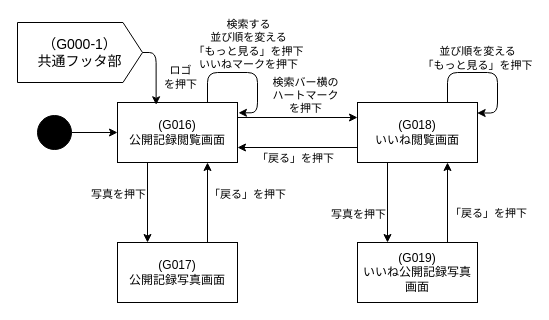
Earlier version of the draw.io diagram page "公開記録" (4 of 11) of desing/STD.dio (miyong00/ServerProgramming-2026). Source tidied: cells renumbered, new cells numbered last; positions are measured from the earlier drawing's top-left corner, leaving out a move shared by most shapes. Both pictures are drawn from the tidied source at 100%, with x=0, y=0 at pixel (17, 22).
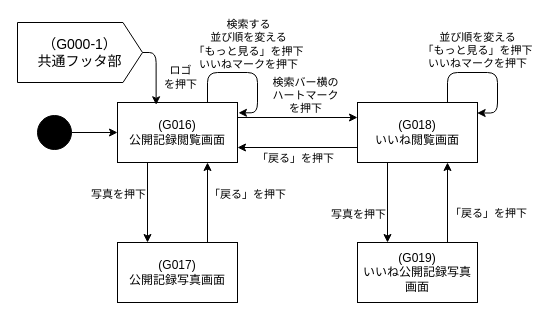
After the change.

Unchanged cells that the change refers to:
```xml
<mxCell id="16" style="edgeStyle=orthogonalEdgeStyle;html=1;exitX=0.75;exitY=0;exitDx=0;exitDy=0;innerLoopWaypoints=1;entryX=0.997;entryY=0.175;entryDx=0;entryDy=0;entryPerimeter=0;" parent="1" edge="1" source="15" target="15">
  <mxGeometry x="0.09" relative="1" as="geometry">
    <Array as="points">
      <mxPoint x="430" y="50" />
      <mxPoint x="480" y="50" />
      <mxPoint x="480" y="90.5" />
    </Array>
  </mxGeometry>
</mxCell>
```

The edit, as a diff of the source:
```diff
@@
-    <mxCell id="17" value="&lt;div&gt;並び順を変える&lt;/div&gt;&lt;div&gt;「もっと見る」を押下&lt;/div&gt;" style="edgeLabel;html=1;align=center;verticalAlign=middle;" parent="16" vertex="1">
+    <mxCell id="17" value="&lt;div&gt;並び順を変える&lt;/div&gt;&lt;div&gt;「もっと見る」を押下&lt;/div&gt;&lt;div&gt;いいねマークを押下&lt;/div&gt;" style="edgeLabel;html=1;align=center;verticalAlign=middle;" parent="16" vertex="1">
       <mxGeometry x="0.05" y="-3" relative="1" as="geometry">
-        <mxPoint x="-15" y="-18" as="offset" />
+        <mxPoint x="-15" y="-26" as="offset" />
       </mxGeometry>
     </mxCell>
```
